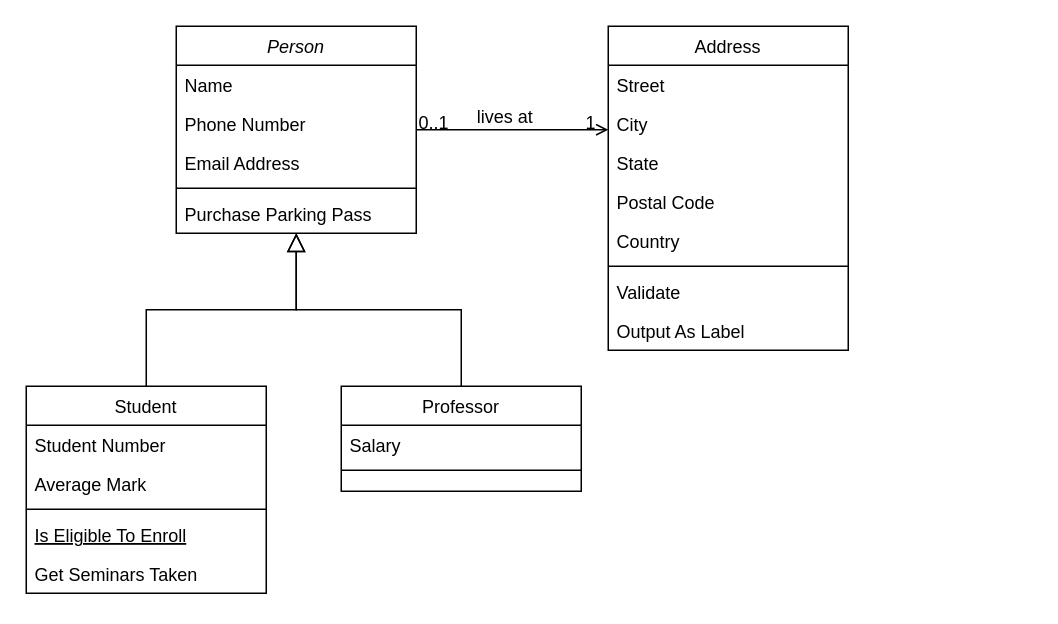
Above: Diagrama sem nome.drawio in amandarcf/POO-AgendaApp (draw.io), before the change. Source tidied: cells renumbered, new cells numbered last; positions are measured from the earlier drawing's top-left corner, leaving out a move shared by most shapes. Both pictures are drawn from the tidied source at 150%, with x=0, y=0 at pixel (26, 26).
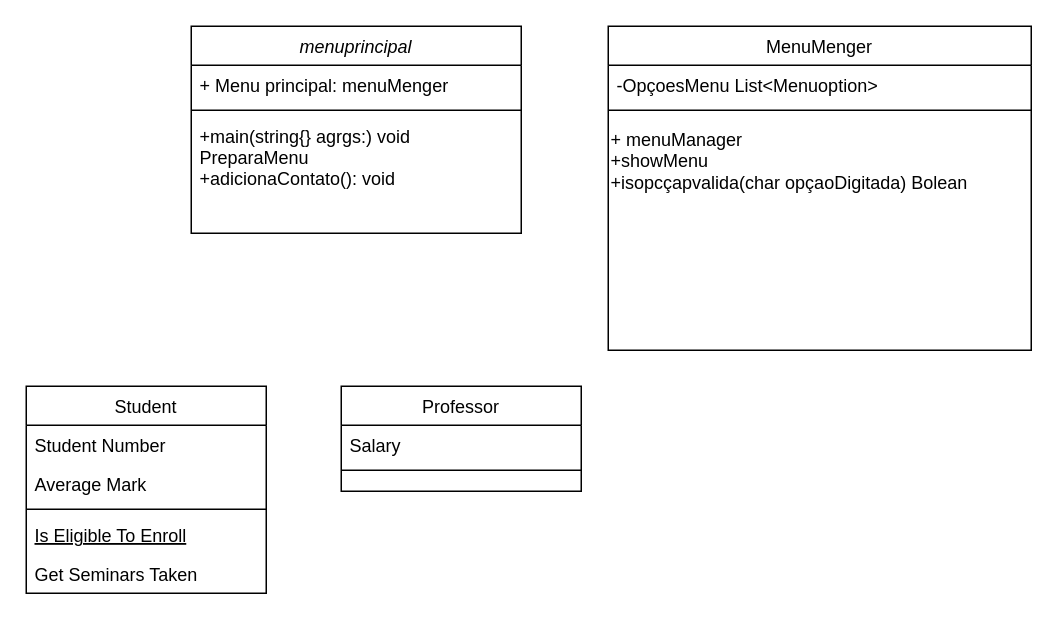
The same diagram, later.

Unchanged cells that the change refers to:
```xml
<mxCell id="8" value="Student" style="swimlane;fontStyle=0;align=center;verticalAlign=top;horizontal=1;startSize=26;rounded=0;shadow=0;strokeWidth=1;" parent="1" vertex="1">
  <mxGeometry y="240" width="160" height="138" as="geometry" />
</mxCell>
<mxCell id="15" value="Professor" style="swimlane;fontStyle=0;align=center;verticalAlign=top;horizontal=1;startSize=26;rounded=0;shadow=0;strokeWidth=1;" parent="1" vertex="1">
  <mxGeometry x="210" y="240" width="160" height="70" as="geometry" />
</mxCell>
```

Change to the diagram source:
```diff
@@
-    <mxCell id="2" value="Person" style="swimlane;fontStyle=2;align=center;verticalAlign=top;horizontal=1;startSize=26;rounded=0;shadow=0;strokeWidth=1;" parent="1" vertex="1">
-      <mxGeometry x="100" width="160" height="138" as="geometry" />
+    <mxCell id="2" value="menuprincipal" style="swimlane;fontStyle=2;align=center;verticalAlign=top;horizontal=1;startSize=26;rounded=0;shadow=0;strokeWidth=1;" parent="1" vertex="1">
+      <mxGeometry x="110" width="220" height="138" as="geometry" />
     </mxCell>
-    <mxCell id="3" value="Name" style="text;align=left;verticalAlign=top;spacingLeft=4;spacingRight=4;overflow=hidden;" parent="2" vertex="1">
-      <mxGeometry y="26" width="160" height="26" as="geometry" />
-    </mxCell>
-    <mxCell id="4" value="Phone Number" style="text;align=left;verticalAlign=top;spacingLeft=4;spacingRight=4;overflow=hidden;rounded=0;shadow=0;html=0;" parent="2" vertex="1">
-      <mxGeometry y="52" width="160" height="26" as="geometry" />
+    <mxCell id="4" value="+ Menu principal: menuMenger&#10;" style="text;align=left;verticalAlign=top;spacingLeft=4;spacingRight=4;overflow=hidden;rounded=0;shadow=0;html=0;" parent="2" vertex="1">
+      <mxGeometry y="26" width="220" height="26" as="geometry" />
     </mxCell>
-    <mxCell id="5" value="Email Address" style="text;align=left;verticalAlign=top;spacingLeft=4;spacingRight=4;overflow=hidden;rounded=0;shadow=0;html=0;" parent="2" vertex="1">
-      <mxGeometry y="78" width="160" height="26" as="geometry" />
-    </mxCell>
     <mxCell id="6" style="line;html=1;strokeWidth=1;align=left;verticalAlign=middle;spacingTop=-1;spacingLeft=3;spacingRight=3;labelPosition=right;" parent="2" vertex="1">
-      <mxGeometry y="104" width="160" height="8" as="geometry" />
+      <mxGeometry y="52" width="220" height="8" as="geometry" />
     </mxCell>
-    <mxCell id="7" value="Purchase Parking Pass" style="text;align=left;verticalAlign=top;spacingLeft=4;spacingRight=4;overflow=hidden;" parent="2" vertex="1">
-      <mxGeometry y="112" width="160" height="26" as="geometry" />
+    <mxCell id="7" value="+main(string{} agrgs:) void &#10;PreparaMenu &#10;+adicionaContato(): void" style="text;align=left;verticalAlign=top;spacingLeft=4;spacingRight=4;overflow=hidden;" parent="2" vertex="1">
+      <mxGeometry y="60" width="220" height="52" as="geometry" />
     </mxCell>
@@
-    <mxCell id="14" style="endArrow=block;endSize=10;endFill=0;shadow=0;strokeWidth=1;rounded=0;curved=0;edgeStyle=elbowEdgeStyle;elbow=vertical;" parent="1" edge="1" source="8" target="2">
-      <mxGeometry relative="1" as="geometry" />
-    </mxCell>
@@
-    <mxCell id="18" style="endArrow=block;endSize=10;endFill=0;shadow=0;strokeWidth=1;rounded=0;curved=0;edgeStyle=elbowEdgeStyle;elbow=vertical;" parent="1" edge="1" source="15" target="2">
-      <mxGeometry relative="1" as="geometry" />
-    </mxCell>
-    <mxCell id="19" value="Address" style="swimlane;fontStyle=0;align=center;verticalAlign=top;horizontal=1;startSize=26;rounded=0;shadow=0;strokeWidth=1;" parent="1" vertex="1">
-      <mxGeometry x="388" width="160" height="216" as="geometry" />
+    <mxCell id="19" value="MenuMenger" style="swimlane;fontStyle=0;align=center;verticalAlign=top;horizontal=1;startSize=26;rounded=0;shadow=0;strokeWidth=1;" parent="1" vertex="1">
+      <mxGeometry x="388" width="282" height="216" as="geometry" />
     </mxCell>
-    <mxCell id="20" value="Street" style="text;align=left;verticalAlign=top;spacingLeft=4;spacingRight=4;overflow=hidden;" parent="19" vertex="1">
-      <mxGeometry y="26" width="160" height="26" as="geometry" />
+    <mxCell id="20" value="-OpçoesMenu List&lt;Menuoption&gt;" style="text;align=left;verticalAlign=top;spacingLeft=4;spacingRight=4;overflow=hidden;" parent="19" vertex="1">
+      <mxGeometry y="26" width="282" height="26" as="geometry" />
     </mxCell>
-    <mxCell id="21" value="City" style="text;align=left;verticalAlign=top;spacingLeft=4;spacingRight=4;overflow=hidden;rounded=0;shadow=0;html=0;" parent="19" vertex="1">
-      <mxGeometry y="52" width="160" height="26" as="geometry" />
-    </mxCell>
-    <mxCell id="22" value="State" style="text;align=left;verticalAlign=top;spacingLeft=4;spacingRight=4;overflow=hidden;rounded=0;shadow=0;html=0;" parent="19" vertex="1">
-      <mxGeometry y="78" width="160" height="26" as="geometry" />
-    </mxCell>
-    <mxCell id="23" value="Postal Code" style="text;align=left;verticalAlign=top;spacingLeft=4;spacingRight=4;overflow=hidden;rounded=0;shadow=0;html=0;" parent="19" vertex="1">
-      <mxGeometry y="104" width="160" height="26" as="geometry" />
-    </mxCell>
-    <mxCell id="24" value="Country" style="text;align=left;verticalAlign=top;spacingLeft=4;spacingRight=4;overflow=hidden;rounded=0;shadow=0;html=0;" parent="19" vertex="1">
-      <mxGeometry y="130" width="160" height="26" as="geometry" />
-    </mxCell>
     <mxCell id="25" style="line;html=1;strokeWidth=1;align=left;verticalAlign=middle;spacingTop=-1;spacingLeft=3;spacingRight=3;labelPosition=right;" parent="19" vertex="1">
-      <mxGeometry y="156" width="160" height="8" as="geometry" />
+      <mxGeometry y="52" width="282" height="8" as="geometry" />
     </mxCell>
-    <mxCell id="26" value="Validate" style="text;align=left;verticalAlign=top;spacingLeft=4;spacingRight=4;overflow=hidden;" parent="19" vertex="1">
-      <mxGeometry y="164" width="160" height="26" as="geometry" />
-    </mxCell>
-    <mxCell id="27" value="Output As Label" style="text;align=left;verticalAlign=top;spacingLeft=4;spacingRight=4;overflow=hidden;" parent="19" vertex="1">
-      <mxGeometry y="190" width="160" height="26" as="geometry" />
-    </mxCell>
-    <mxCell id="28" style="endArrow=open;shadow=0;strokeWidth=1;rounded=0;curved=0;endFill=1;edgeStyle=elbowEdgeStyle;elbow=vertical;" parent="1" edge="1" source="2" target="19">
-      <mxGeometry x="0.5" y="41" relative="1" as="geometry">
-        <mxPoint x="-40" y="32" as="offset" />
-      </mxGeometry>
-    </mxCell>
-    <mxCell id="29" value="0..1" style="align=left;verticalAlign=bottom;labelBackgroundColor=none;fontSize=12;" parent="28" vertex="1">
-      <mxGeometry x="-1" relative="1" as="geometry">
-        <mxPoint y="4" as="offset" />
-      </mxGeometry>
-    </mxCell>
-    <mxCell id="30" value="1" style="align=right;verticalAlign=bottom;labelBackgroundColor=none;fontSize=12;" parent="28" vertex="1">
-      <mxGeometry x="1" relative="1" as="geometry">
-        <mxPoint x="-7" y="4" as="offset" />
-      </mxGeometry>
-    </mxCell>
-    <mxCell id="31" value="lives at" style="text;html=1;align=center;verticalAlign=middle;labelBackgroundColor=none;rounded=0;shadow=0;strokeWidth=1;fontSize=12;" parent="28" vertex="1">
-      <mxGeometry x="0.5" y="49" relative="1" as="geometry">
-        <mxPoint x="-38" y="40" as="offset" />
-      </mxGeometry>
-    </mxCell>
+    <mxCell id="32" value="+ menuManager&lt;div&gt;+showMenu&amp;nbsp;&lt;/div&gt;&lt;div&gt;+isopcçapvalida(char opçaoDigitada) Bolean&lt;/div&gt;" style="text;html=1;align=left;verticalAlign=middle;strokeColor=none;fillColor=none;" parent="19" vertex="1">
+      <mxGeometry y="60" width="282" height="60" as="geometry" />
+    </mxCell>
```
